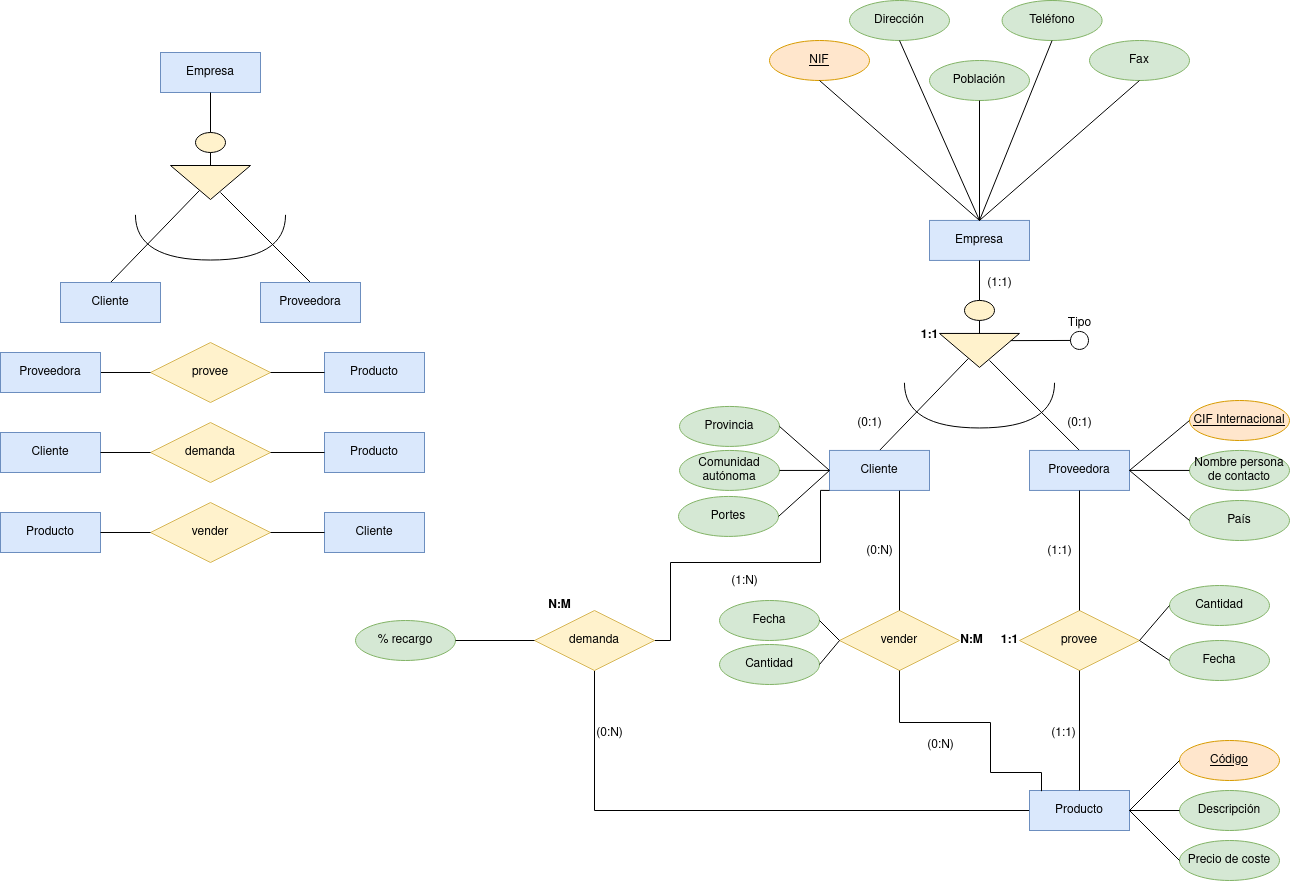
Before: Unidad-1/Tareas/Tarea_Entregable-4/Diagrama Tarea Entregable 4.drawio.png, a diagram exported from draw.io (RafaelMayor/base-datos). Source tidied: cells renumbered, new cells last; positions are measured from the earlier drawing's top-left corner, leaving out a move shared by most shapes.
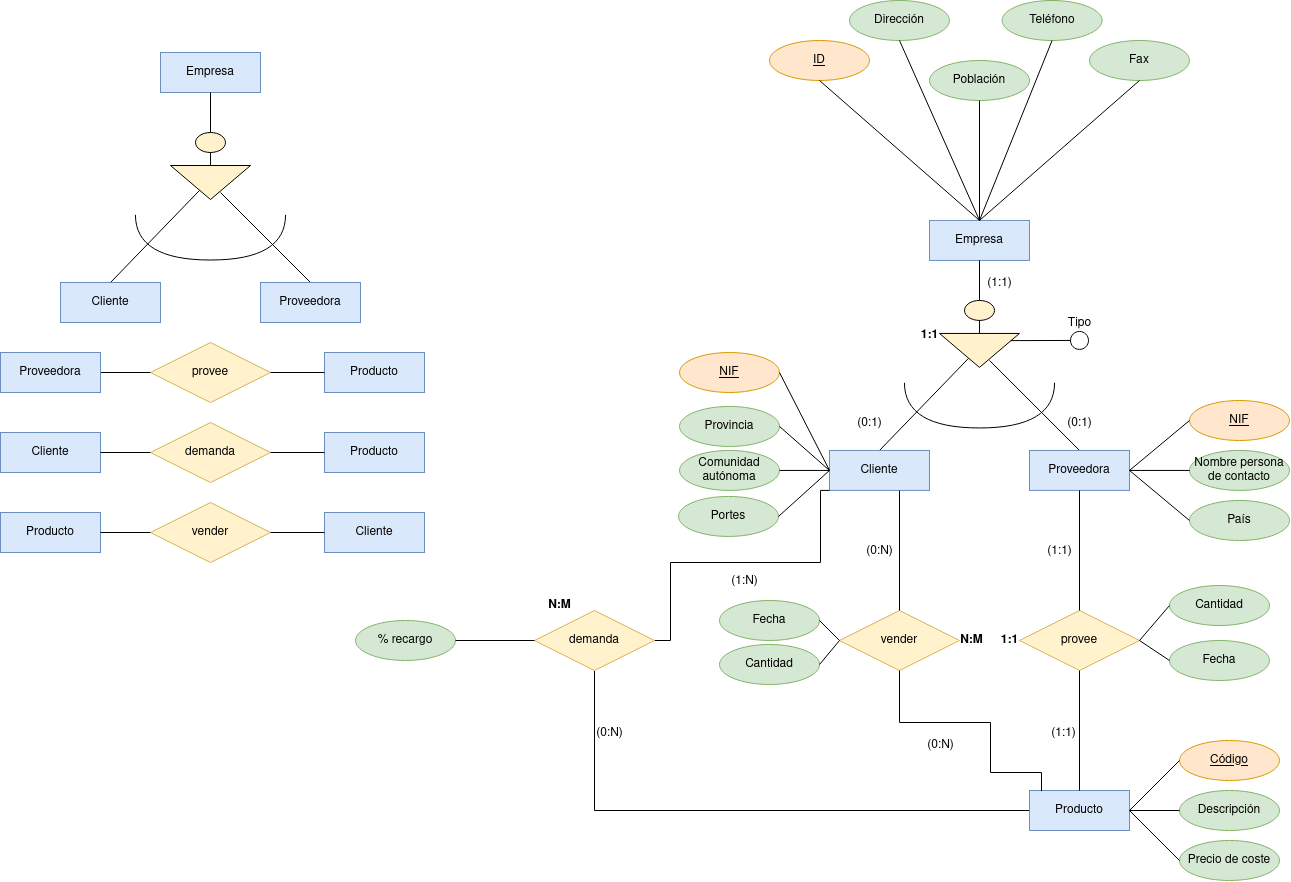
After the change.

Diff of the diagram source:
```diff
@@ -77,7 +77,7 @@
     <mxCell id="26" value="Cliente" style="whiteSpace=wrap;html=1;align=center;fillColor=#dae8fc;strokeColor=#6c8ebf;" parent="1" vertex="1">
       <mxGeometry x="829" y="449.9" width="100" height="40" as="geometry" />
     </mxCell>
-    <mxCell id="27" value="NIF" style="ellipse;whiteSpace=wrap;html=1;align=center;fontStyle=4;fillColor=#ffe6cc;strokeColor=#d79b00;" parent="1" vertex="1">
+    <mxCell id="27" value="ID" style="ellipse;whiteSpace=wrap;html=1;align=center;fontStyle=4;fillColor=#ffe6cc;strokeColor=#d79b00;" parent="1" vertex="1">
       <mxGeometry x="769" y="40" width="100" height="40" as="geometry" />
     </mxCell>
     <mxCell id="28" value="Dirección" style="ellipse;whiteSpace=wrap;html=1;align=center;fillColor=#d5e8d4;strokeColor=#82b366;" parent="1" vertex="1">
@@ -131,7 +131,7 @@
     <mxCell id="44" value="País" style="ellipse;whiteSpace=wrap;html=1;align=center;fillColor=#d5e8d4;strokeColor=#82b366;" parent="1" vertex="1">
       <mxGeometry x="1189" y="500" width="100" height="40" as="geometry" />
     </mxCell>
-    <mxCell id="45" value="CIF Internacional" style="ellipse;whiteSpace=wrap;html=1;align=center;fontStyle=4;fillColor=#ffe6cc;strokeColor=#d79b00;" parent="1" vertex="1">
+    <mxCell id="45" value="NIF" style="ellipse;whiteSpace=wrap;html=1;align=center;fontStyle=4;fillColor=#ffe6cc;strokeColor=#d79b00;" parent="1" vertex="1">
       <mxGeometry x="1189" y="400" width="100" height="40" as="geometry" />
     </mxCell>
     <mxCell id="46" value="provee" style="shape=rhombus;perimeter=rhombusPerimeter;whiteSpace=wrap;html=1;align=center;fillColor=#fff2cc;strokeColor=#d6b656;" parent="1" vertex="1">
@@ -313,5 +313,11 @@
     <mxCell id="100" style="endArrow=none;html=1;rounded=0;entryX=0;entryY=0.5;entryDx=0;entryDy=0;exitX=1;exitY=0.5;exitDx=0;exitDy=0;" parent="1" edge="1" source="97" target="91">
       <mxGeometry relative="1" as="geometry" />
     </mxCell>
+    <mxCell id="101" value="NIF" style="ellipse;whiteSpace=wrap;html=1;align=center;fontStyle=4;fillColor=#ffe6cc;strokeColor=#d79b00;" parent="1" vertex="1">
+      <mxGeometry x="679" y="352" width="100" height="40" as="geometry" />
+    </mxCell>
+    <mxCell id="102" style="endArrow=none;html=1;rounded=0;entryX=1;entryY=0.5;entryDx=0;entryDy=0;exitX=0;exitY=0.5;exitDx=0;exitDy=0;" parent="1" edge="1" source="26" target="101">
+      <mxGeometry relative="1" as="geometry" />
+    </mxCell>
   </root>
 </mxGraphModel>
```
